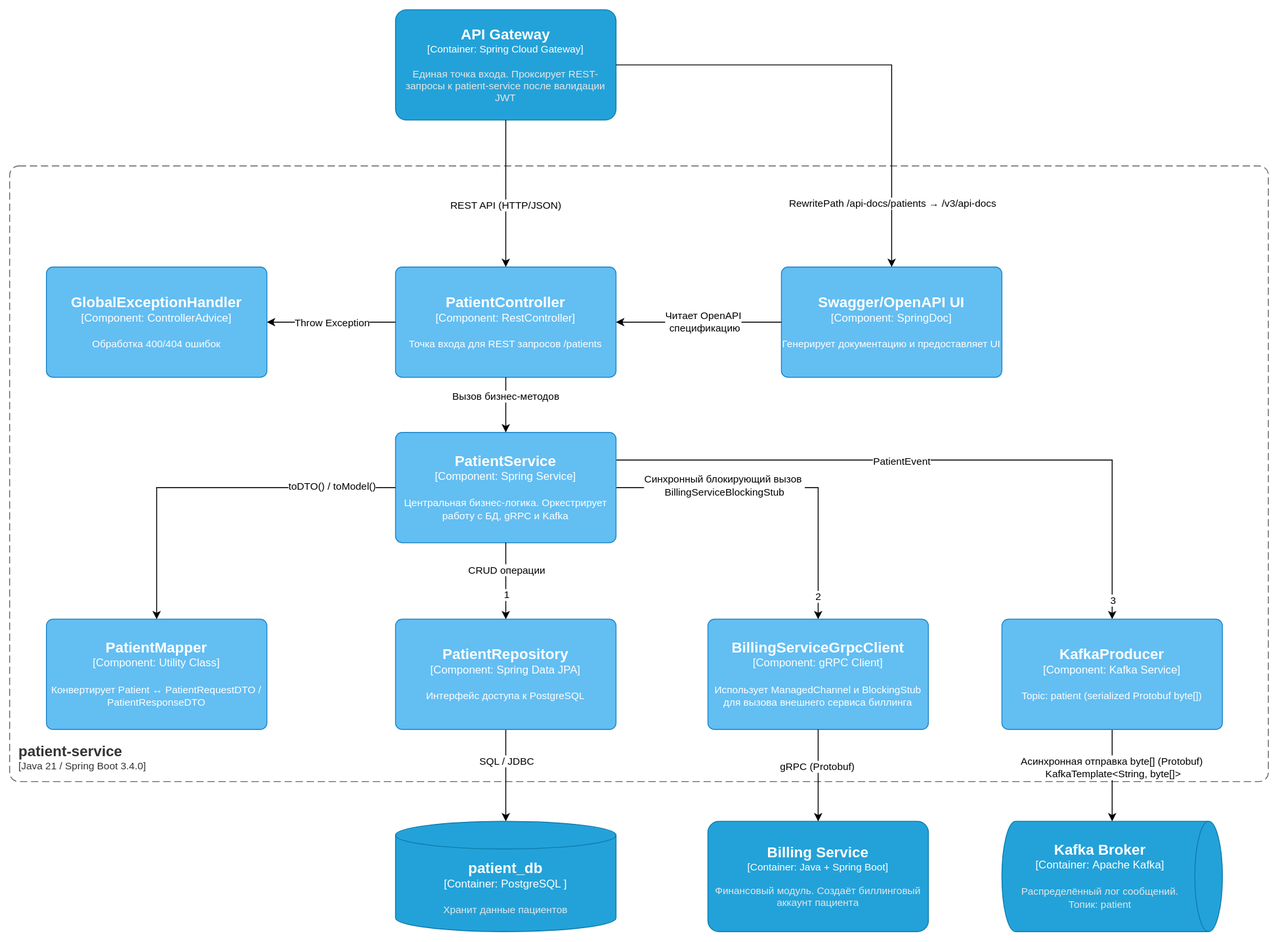
Before: Docs/As-is/Diagrams/PatientServiceC4.svg, a diagram exported from draw.io (ni1a207/Healthcare-System). Source tidied: cells renumbered, new cells last; positions are measured from the earlier drawing's top-left corner, leaving out a move shared by most shapes.
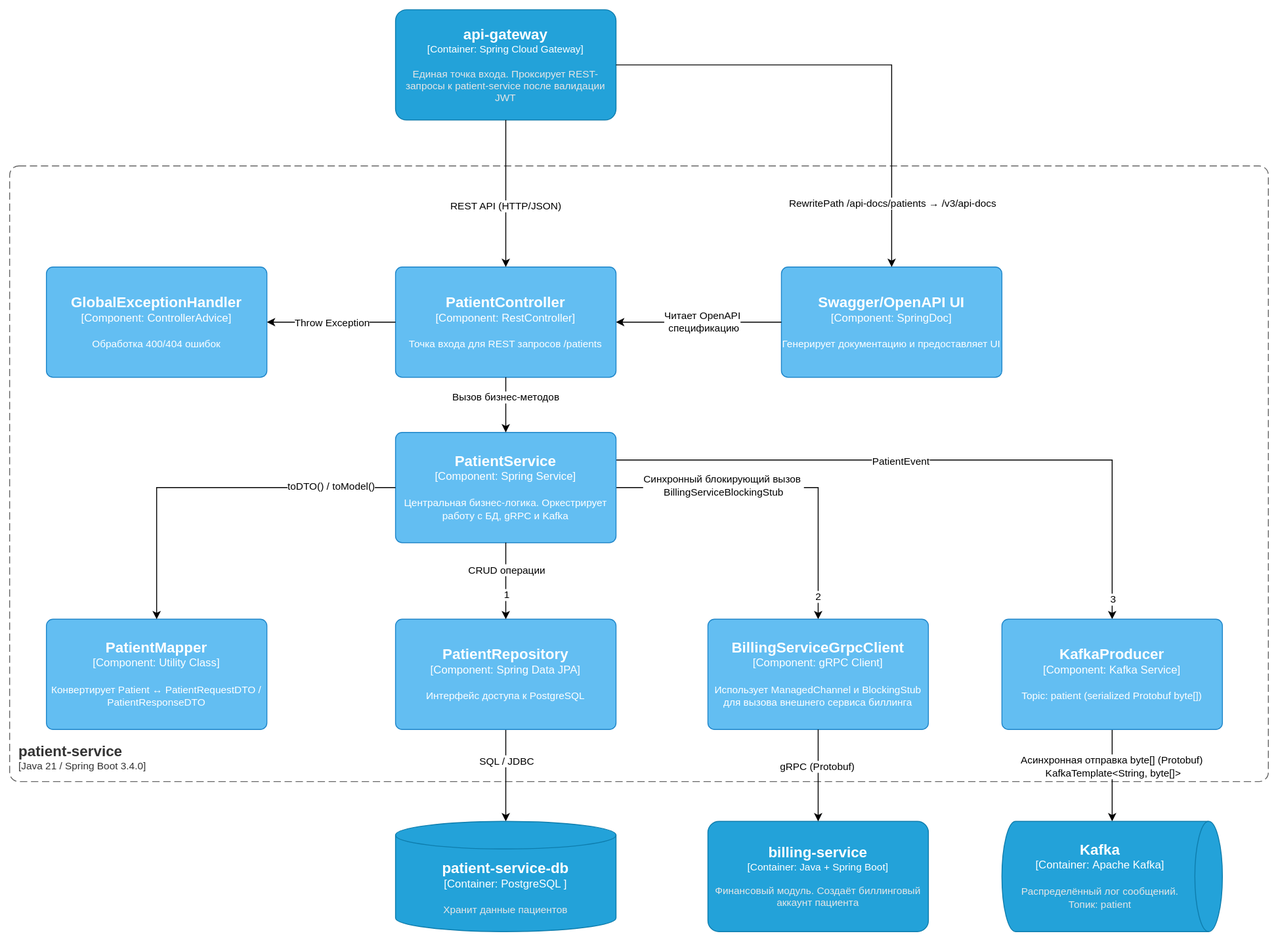
The same diagram one commit later.

Diff of the diagram source:
```diff
@@ -75,7 +75,7 @@
         <mxGeometry x="1080" y="663.3" width="240" height="120" as="geometry" />
       </mxCell>
     </object>
-    <object id="19" label="&lt;font style=&quot;font-size: 16px&quot;&gt;&lt;b&gt;%c4Name%&lt;/b&gt;&lt;/font&gt;&lt;div&gt;[%c4Type%: %c4Technology%]&lt;/div&gt;&lt;br&gt;&lt;div&gt;&lt;font style=&quot;font-size: 11px&quot;&gt;&lt;font color=&quot;#E6E6E6&quot;&gt;%c4Description%&lt;/font&gt;&lt;/div&gt;" c4Description="Единая точка входа. Проксирует REST-запросы к patient-service после валидации JWT" c4Name="API Gateway" c4Technology="Spring Cloud Gateway" c4Type="Container" placeholders="1">
+    <object id="19" label="&lt;font style=&quot;font-size: 16px&quot;&gt;&lt;b&gt;%c4Name%&lt;/b&gt;&lt;/font&gt;&lt;div&gt;[%c4Type%: %c4Technology%]&lt;/div&gt;&lt;br&gt;&lt;div&gt;&lt;font style=&quot;font-size: 11px&quot;&gt;&lt;font color=&quot;#E6E6E6&quot;&gt;%c4Description%&lt;/font&gt;&lt;/div&gt;" c4Description="Единая точка входа. Проксирует REST-запросы к patient-service после валидации JWT" c4Name="api-gateway" c4Technology="Spring Cloud Gateway" c4Type="Container" placeholders="1">
       <mxCell style="rounded=1;whiteSpace=wrap;html=1;fontSize=11;labelBackgroundColor=none;fillColor=#23A2D9;fontColor=#ffffff;align=center;arcSize=10;strokeColor=#0E7DAD;points=[[0.25,0,0],[0.5,0,0],[0.75,0,0],[1,0.25,0],[1,0.5,0],[1,0.75,0],[0.75,1,0],[0.5,1,0],[0.25,1,0],[0,0.75,0],[0,0.5,0],[0,0.25,0]];" parent="1" vertex="1">
         <mxGeometry x="420" width="240" height="120" as="geometry" />
       </mxCell>
@@ -86,12 +86,12 @@
     <mxCell id="21" value="REST API (HTTP/JSON)" style="edgeLabel;html=1;align=center;verticalAlign=middle;" parent="20" vertex="1">
       <mxGeometry x="0.15" y="-1" relative="1" as="geometry" />
     </mxCell>
-    <object id="22" label="&lt;font style=&quot;font-size: 16px&quot;&gt;&lt;b&gt;%c4Name%&lt;/b&gt;&lt;/font&gt;&lt;div&gt;[%c4Type%:&amp;nbsp;%c4Technology%]&lt;/div&gt;&lt;br&gt;&lt;div&gt;&lt;font style=&quot;font-size: 11px&quot;&gt;&lt;font color=&quot;#E6E6E6&quot;&gt;%c4Description%&lt;/font&gt;&lt;/div&gt;" c4Description="Хранит данные пациентов" c4Name="patient_db" c4Technology="PostgreSQL " c4Type="Container" placeholders="1">
+    <object id="22" label="&lt;font style=&quot;font-size: 16px&quot;&gt;&lt;b&gt;%c4Name%&lt;/b&gt;&lt;/font&gt;&lt;div&gt;[%c4Type%:&amp;nbsp;%c4Technology%]&lt;/div&gt;&lt;br&gt;&lt;div&gt;&lt;font style=&quot;font-size: 11px&quot;&gt;&lt;font color=&quot;#E6E6E6&quot;&gt;%c4Description%&lt;/font&gt;&lt;/div&gt;" c4Description="Хранит данные пациентов" c4Name="patient-service-db" c4Technology="PostgreSQL " c4Type="Container" placeholders="1">
       <mxCell style="shape=cylinder3;size=15;whiteSpace=wrap;html=1;boundedLbl=1;rounded=0;labelBackgroundColor=none;fillColor=#23A2D9;fontSize=12;fontColor=#ffffff;align=center;strokeColor=#0E7DAD;points=[[0.5,0,0],[1,0.25,0],[1,0.5,0],[1,0.75,0],[0.5,1,0],[0,0.75,0],[0,0.5,0],[0,0.25,0]];" parent="1" vertex="1">
         <mxGeometry x="420" y="883.3" width="240" height="120" as="geometry" />
       </mxCell>
     </object>
-    <object id="23" label="&lt;font style=&quot;font-size: 16px&quot;&gt;&lt;b&gt;%c4Name%&lt;/b&gt;&lt;/font&gt;&lt;div&gt;[%c4Type%: %c4Technology%]&lt;/div&gt;&lt;br&gt;&lt;div&gt;&lt;font style=&quot;font-size: 11px&quot;&gt;&lt;font color=&quot;#E6E6E6&quot;&gt;%c4Description%&lt;/font&gt;&lt;/div&gt;" c4Description="Финансовый модуль. Создаёт биллинговый аккаунт пациента" c4Name="Billing Service" c4Technology="Java + Spring Boot" c4Type="Container" placeholders="1">
+    <object id="23" label="&lt;font style=&quot;font-size: 16px&quot;&gt;&lt;b&gt;%c4Name%&lt;/b&gt;&lt;/font&gt;&lt;div&gt;[%c4Type%: %c4Technology%]&lt;/div&gt;&lt;br&gt;&lt;div&gt;&lt;font style=&quot;font-size: 11px&quot;&gt;&lt;font color=&quot;#E6E6E6&quot;&gt;%c4Description%&lt;/font&gt;&lt;/div&gt;" c4Description="Финансовый модуль. Создаёт биллинговый аккаунт пациента" c4Name="billing-service" c4Technology="Java + Spring Boot" c4Type="Container" placeholders="1">
       <mxCell style="rounded=1;whiteSpace=wrap;html=1;fontSize=11;labelBackgroundColor=none;fillColor=#23A2D9;fontColor=#ffffff;align=center;arcSize=10;strokeColor=#0E7DAD;points=[[0.25,0,0],[0.5,0,0],[0.75,0,0],[1,0.25,0],[1,0.5,0],[1,0.75,0],[0.75,1,0],[0.5,1,0],[0.25,1,0],[0,0.75,0],[0,0.5,0],[0,0.25,0]];" parent="1" vertex="1">
         <mxGeometry x="760" y="883.3" width="240" height="120" as="geometry" />
       </mxCell>
@@ -102,7 +102,7 @@
     <mxCell id="25" value="gRPC (Protobuf)" style="edgeLabel;html=1;align=center;verticalAlign=middle;" parent="24" vertex="1">
       <mxGeometry x="-0.21" y="-2" relative="1" as="geometry" />
     </mxCell>
-    <object id="26" label="&lt;font style=&quot;font-size: 16px&quot;&gt;&lt;b&gt;%c4Name%&lt;/b&gt;&lt;/font&gt;&lt;div&gt;[%c4Type%:&amp;nbsp;%c4Technology%]&lt;/div&gt;&lt;br&gt;&lt;div&gt;&lt;font style=&quot;font-size: 11px&quot;&gt;&lt;font color=&quot;#E6E6E6&quot;&gt;%c4Description%&lt;/font&gt;&lt;/div&gt;" c4Description="Распределённый лог сообщений. Топик: patient" c4Name="Kafka Broker" c4Technology="Apache Kafka" c4Type="Container" placeholders="1">
+    <object id="26" label="&lt;font style=&quot;font-size: 16px&quot;&gt;&lt;b&gt;%c4Name%&lt;/b&gt;&lt;/font&gt;&lt;div&gt;[%c4Type%:&amp;nbsp;%c4Technology%]&lt;/div&gt;&lt;br&gt;&lt;div&gt;&lt;font style=&quot;font-size: 11px&quot;&gt;&lt;font color=&quot;#E6E6E6&quot;&gt;%c4Description%&lt;/font&gt;&lt;/div&gt;" c4Description="Распределённый лог сообщений. Топик: patient" c4Name="Kafka" c4Technology="Apache Kafka" c4Type="Container" placeholders="1">
       <mxCell style="shape=cylinder3;size=15;direction=south;whiteSpace=wrap;html=1;boundedLbl=1;rounded=0;labelBackgroundColor=none;fillColor=#23A2D9;fontSize=12;fontColor=#ffffff;align=center;strokeColor=#0E7DAD;points=[[0.5,0,0],[1,0.25,0],[1,0.5,0],[1,0.75,0],[0.5,1,0],[0,0.75,0],[0,0.5,0],[0,0.25,0]];" parent="1" vertex="1">
         <mxGeometry x="1080" y="883.3" width="240" height="120" as="geometry" />
       </mxCell>
```
